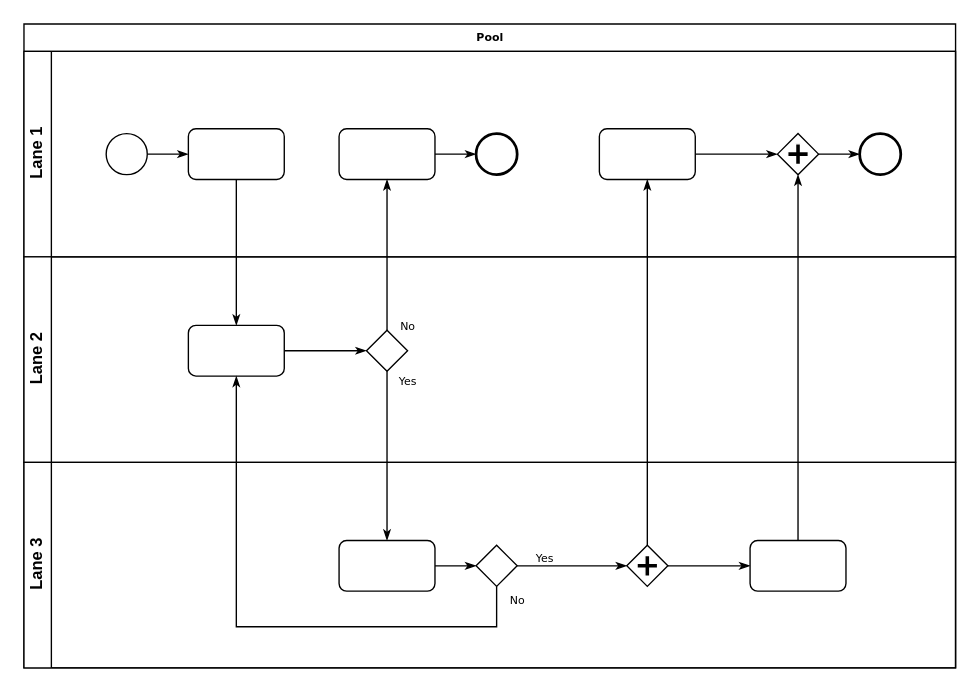
Before: 模拟红富士木作流程.drawio in tangjf420/draw, a draw.io diagram. Source tidied: cells renumbered, new cells numbered last; positions are measured from the earlier drawing's top-left corner, leaving out a move shared by most shapes. Both pictures are drawn from the tidied source at 137%, with x=0, y=0 at pixel (23, 23).
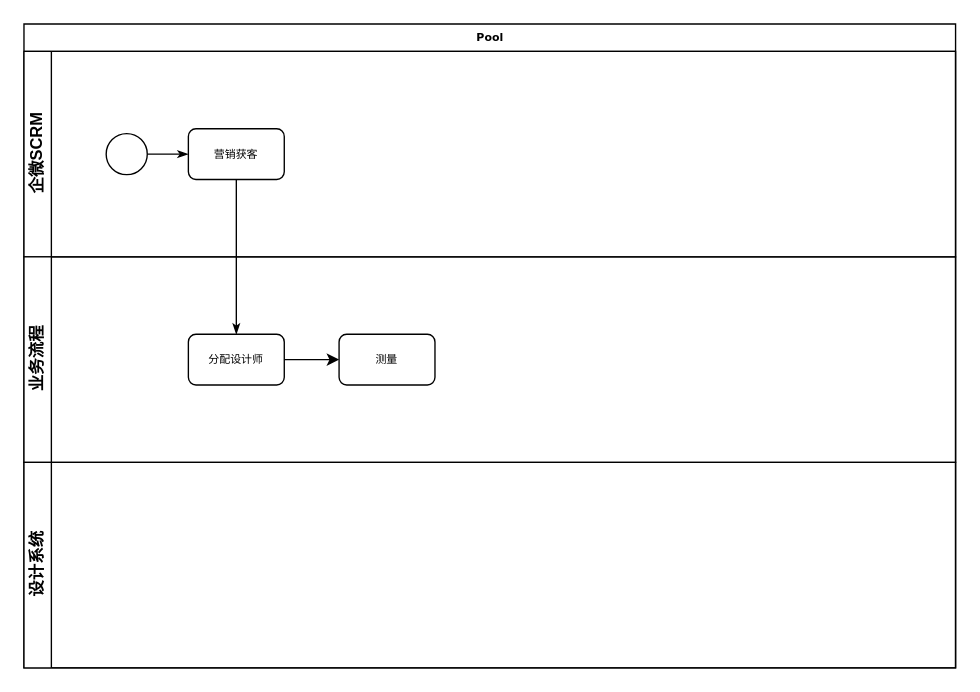
The same page after the edit.

Commit message:
更新模拟红富士木作流程.drawio

The change refers to these unchanged cells:
```xml
<mxCell id="2" value="Pool" style="swimlane;html=1;horizontal=1;startSize=20;rounded=0;shadow=0;labelBackgroundColor=none;strokeWidth=1;fontFamily=Verdana;fontSize=8;align=center;" parent="1" vertex="1">
  <mxGeometry width="680" height="470" as="geometry" />
</mxCell>
```

Change to the diagram source:
```diff
@@
-    <mxCell id="3" value="Lane 1" style="swimlane;html=1;startSize=20;horizontal=0;" parent="2" vertex="1">
+    <mxCell id="3" value="企微SCRM" style="swimlane;html=1;startSize=20;horizontal=0;" parent="2" vertex="1">
       <mxGeometry y="20" width="680" height="150" as="geometry" />
     </mxCell>
@@
-    <mxCell id="6" style="rounded=1;whiteSpace=wrap;html=1;shadow=0;labelBackgroundColor=none;strokeWidth=1;fontFamily=Verdana;fontSize=8;align=center;" parent="3" vertex="1">
+    <mxCell id="6" value="营销获客" style="rounded=1;whiteSpace=wrap;html=1;shadow=0;labelBackgroundColor=none;strokeWidth=1;fontFamily=Verdana;fontSize=8;align=center;" parent="3" vertex="1">
       <mxGeometry x="120" y="56.5" width="70" height="37" as="geometry" />
     </mxCell>
-    <mxCell id="7" style="edgeStyle=orthogonalEdgeStyle;rounded=0;html=1;labelBackgroundColor=none;startArrow=none;startFill=0;startSize=5;endArrow=classicThin;endFill=1;endSize=5;jettySize=auto;strokeWidth=1;fontFamily=Verdana;fontSize=8;" parent="3" edge="1" source="8" target="9">
-      <mxGeometry relative="1" as="geometry" />
-    </mxCell>
-    <mxCell id="8" style="rounded=1;whiteSpace=wrap;html=1;shadow=0;labelBackgroundColor=none;strokeWidth=1;fontFamily=Verdana;fontSize=8;align=center;" parent="3" vertex="1">
-      <mxGeometry x="230" y="56.5" width="70" height="37" as="geometry" />
-    </mxCell>
-    <mxCell id="9" style="ellipse;whiteSpace=wrap;html=1;rounded=0;shadow=0;labelBackgroundColor=none;strokeWidth=2;fontFamily=Verdana;fontSize=8;align=center;" parent="3" vertex="1">
-      <mxGeometry x="330" y="60" width="30" height="30" as="geometry" />
-    </mxCell>
-    <mxCell id="10" style="edgeStyle=orthogonalEdgeStyle;rounded=0;html=1;entryX=0;entryY=0.5;labelBackgroundColor=none;startArrow=none;startFill=0;startSize=5;endArrow=classicThin;endFill=1;endSize=5;jettySize=auto;strokeWidth=1;fontFamily=Verdana;fontSize=8;" parent="3" edge="1" source="11" target="13">
-      <mxGeometry relative="1" as="geometry" />
-    </mxCell>
-    <mxCell id="11" style="rounded=1;whiteSpace=wrap;html=1;shadow=0;labelBackgroundColor=none;strokeWidth=1;fontFamily=Verdana;fontSize=8;align=center;" parent="3" vertex="1">
-      <mxGeometry x="420" y="56.5" width="70" height="37" as="geometry" />
-    </mxCell>
-    <mxCell id="12" style="edgeStyle=orthogonalEdgeStyle;rounded=0;html=1;labelBackgroundColor=none;startArrow=none;startFill=0;startSize=5;endArrow=classicThin;endFill=1;endSize=5;jettySize=auto;strokeWidth=1;fontFamily=Verdana;fontSize=8;" parent="3" edge="1" source="13" target="14">
-      <mxGeometry relative="1" as="geometry" />
-    </mxCell>
-    <mxCell id="13" style="shape=mxgraph.bpmn.shape;html=1;verticalLabelPosition=bottom;labelBackgroundColor=#ffffff;verticalAlign=top;perimeter=rhombusPerimeter;background=gateway;outline=none;symbol=parallelGw;rounded=1;shadow=0;strokeWidth=1;fontFamily=Verdana;fontSize=8;align=center;" parent="3" vertex="1">
-      <mxGeometry x="550" y="60" width="30" height="30" as="geometry" />
-    </mxCell>
-    <mxCell id="14" style="ellipse;whiteSpace=wrap;html=1;rounded=0;shadow=0;labelBackgroundColor=none;strokeWidth=2;fontFamily=Verdana;fontSize=8;align=center;" parent="3" vertex="1">
-      <mxGeometry x="610" y="60" width="30" height="30" as="geometry" />
-    </mxCell>
-    <mxCell id="15" value="Lane 2" style="swimlane;html=1;startSize=20;horizontal=0;" parent="2" vertex="1">
+    <mxCell id="15" value="业务流程" style="swimlane;html=1;startSize=20;horizontal=0;" parent="2" vertex="1">
       <mxGeometry y="170" width="680" height="150" as="geometry" />
     </mxCell>
-    <mxCell id="16" style="edgeStyle=orthogonalEdgeStyle;rounded=0;html=1;labelBackgroundColor=none;startArrow=none;startFill=0;startSize=5;endArrow=classicThin;endFill=1;endSize=5;jettySize=auto;strokeWidth=1;fontFamily=Verdana;fontSize=8;" parent="15" edge="1" source="17" target="18">
-      <mxGeometry relative="1" as="geometry" />
-    </mxCell>
-    <mxCell id="17" style="rounded=1;whiteSpace=wrap;html=1;shadow=0;labelBackgroundColor=none;strokeWidth=1;fontFamily=Verdana;fontSize=8;align=center;" parent="15" vertex="1">
-      <mxGeometry x="120" y="50" width="70" height="37" as="geometry" />
+    <mxCell id="17" value="分配设计师" style="rounded=1;whiteSpace=wrap;html=1;shadow=0;labelBackgroundColor=none;strokeWidth=1;fontFamily=Verdana;fontSize=8;align=center;" parent="15" vertex="1">
+      <mxGeometry x="120" y="56.5" width="70" height="37" as="geometry" />
     </mxCell>
-    <mxCell id="18" style="strokeWidth=1;html=1;shape=mxgraph.flowchart.decision;whiteSpace=wrap;rounded=1;shadow=0;labelBackgroundColor=none;fontFamily=Verdana;fontSize=8;align=center;" parent="15" vertex="1">
-      <mxGeometry x="250" y="53.5" width="30" height="30" as="geometry" />
-    </mxCell>
+    <mxCell id="33" style="edgeStyle=orthogonalEdgeStyle;rounded=0;jettySize=auto;html=1;entryX=0;entryY=0.5;entryDx=0;entryDy=0;" parent="15" edge="1" source="17" target="34">
+      <mxGeometry relative="1" as="geometry" />
+    </mxCell>
+    <mxCell id="34" value="测量" style="rounded=1;whiteSpace=wrap;html=1;shadow=0;labelBackgroundColor=none;strokeWidth=1;fontFamily=Verdana;fontSize=8;align=center;" parent="15" vertex="1">
+      <mxGeometry x="230" y="56.5" width="70" height="37" as="geometry" />
+    </mxCell>
-    <mxCell id="19" value="Lane 3" style="swimlane;html=1;startSize=20;horizontal=0;" parent="2" vertex="1">
+    <mxCell id="19" value="设计系统" style="swimlane;html=1;startSize=20;horizontal=0;" parent="2" vertex="1">
       <mxGeometry y="320" width="680" height="150" as="geometry" />
     </mxCell>
-    <mxCell id="20" style="edgeStyle=orthogonalEdgeStyle;rounded=0;html=1;labelBackgroundColor=none;startArrow=none;startFill=0;startSize=5;endArrow=classicThin;endFill=1;endSize=5;jettySize=auto;strokeWidth=1;fontFamily=Verdana;fontSize=8;" parent="19" edge="1" source="21" target="23">
-      <mxGeometry relative="1" as="geometry" />
-    </mxCell>
-    <mxCell id="21" style="rounded=1;whiteSpace=wrap;html=1;shadow=0;labelBackgroundColor=none;strokeWidth=1;fontFamily=Verdana;fontSize=8;align=center;" parent="19" vertex="1">
-      <mxGeometry x="230" y="57" width="70" height="37" as="geometry" />
-    </mxCell>
-    <mxCell id="22" value="Yes" style="edgeStyle=orthogonalEdgeStyle;rounded=0;html=1;entryX=0;entryY=0.5;labelBackgroundColor=none;startArrow=none;startFill=0;startSize=5;endArrow=classicThin;endFill=1;endSize=5;jettySize=auto;strokeWidth=1;fontFamily=Verdana;fontSize=8;" parent="19" edge="1" source="23" target="25">
-      <mxGeometry x="-0.5" y="6" relative="1" as="geometry" />
-    </mxCell>
-    <mxCell id="23" style="strokeWidth=1;html=1;shape=mxgraph.flowchart.decision;whiteSpace=wrap;rounded=1;shadow=0;labelBackgroundColor=none;fontFamily=Verdana;fontSize=8;align=center;" parent="19" vertex="1">
-      <mxGeometry x="330" y="60.5" width="30" height="30" as="geometry" />
-    </mxCell>
-    <mxCell id="24" style="edgeStyle=orthogonalEdgeStyle;rounded=0;html=1;labelBackgroundColor=none;startArrow=none;startFill=0;startSize=5;endArrow=classicThin;endFill=1;endSize=5;jettySize=auto;strokeColor=#000000;strokeWidth=1;fontFamily=Verdana;fontSize=8;fontColor=#000000;" parent="19" edge="1" source="25" target="26">
-      <mxGeometry relative="1" as="geometry" />
-    </mxCell>
-    <mxCell id="25" style="shape=mxgraph.bpmn.shape;html=1;verticalLabelPosition=bottom;labelBackgroundColor=#ffffff;verticalAlign=top;perimeter=rhombusPerimeter;background=gateway;outline=none;symbol=parallelGw;rounded=1;shadow=0;strokeWidth=1;fontFamily=Verdana;fontSize=8;align=center;" parent="19" vertex="1">
-      <mxGeometry x="440" y="60.5" width="30" height="30" as="geometry" />
-    </mxCell>
-    <mxCell id="26" style="rounded=1;whiteSpace=wrap;html=1;shadow=0;labelBackgroundColor=none;strokeWidth=1;fontFamily=Verdana;fontSize=8;align=center;" parent="19" vertex="1">
-      <mxGeometry x="530" y="57" width="70" height="37" as="geometry" />
-    </mxCell>
@@
-    <mxCell id="28" value="No" style="edgeStyle=orthogonalEdgeStyle;rounded=0;html=1;labelBackgroundColor=none;startArrow=none;startFill=0;startSize=5;endArrow=classicThin;endFill=1;endSize=5;jettySize=auto;strokeWidth=1;fontFamily=Verdana;fontSize=8;" parent="2" edge="1" source="18" target="8">
-      <mxGeometry x="-0.94" y="-15" relative="1" as="geometry" />
-    </mxCell>
-    <mxCell id="29" value="Yes" style="edgeStyle=orthogonalEdgeStyle;rounded=0;html=1;labelBackgroundColor=none;startArrow=none;startFill=0;startSize=5;endArrow=classicThin;endFill=1;endSize=5;jettySize=auto;strokeWidth=1;fontFamily=Verdana;fontSize=8;" parent="2" edge="1" source="18" target="21">
-      <mxGeometry x="-0.89" y="15" relative="1" as="geometry" />
-    </mxCell>
-    <mxCell id="30" style="edgeStyle=orthogonalEdgeStyle;rounded=0;html=1;entryX=0.5;entryY=1;labelBackgroundColor=none;startArrow=none;startFill=0;startSize=5;endArrow=classicThin;endFill=1;endSize=5;jettySize=auto;strokeWidth=1;fontFamily=Verdana;fontSize=8;" parent="2" edge="1" source="26" target="13">
-      <mxGeometry relative="1" as="geometry" />
-    </mxCell>
-    <mxCell id="31" value="No" style="edgeStyle=orthogonalEdgeStyle;rounded=0;html=1;labelBackgroundColor=none;startArrow=none;startFill=0;startSize=5;endArrow=classicThin;endFill=1;endSize=5;jettySize=auto;strokeWidth=1;fontFamily=Verdana;fontSize=8;" parent="2" edge="1" source="23" target="17">
-      <mxGeometry x="-0.95" y="15" relative="1" as="geometry">
-        <Array as="points">
-          <mxPoint x="345" y="440" />
-          <mxPoint x="155" y="440" />
-        </Array>
-      </mxGeometry>
-    </mxCell>
-    <mxCell id="32" style="edgeStyle=orthogonalEdgeStyle;rounded=0;html=1;labelBackgroundColor=none;startArrow=none;startFill=0;startSize=5;endArrow=classicThin;endFill=1;endSize=5;jettySize=auto;strokeWidth=1;fontFamily=Verdana;fontSize=8;" parent="2" edge="1" source="25" target="11">
-      <mxGeometry relative="1" as="geometry" />
-    </mxCell>
```
